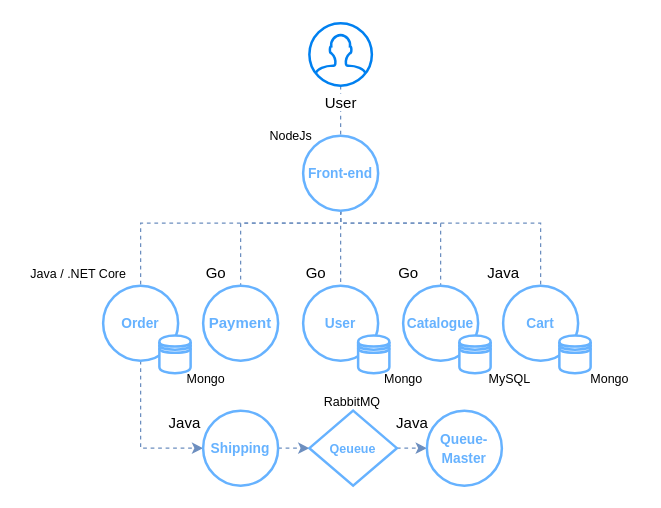
This is sock-shop.drawio from danielfct/master-thesis, a draw.io file, before an edit. Source tidied: cells renumbered, new cells numbered last; positions are measured from the earlier drawing's top-left corner, leaving out a move shared by most shapes. Both pictures are drawn from the tidied source at 125%, with x=0, y=0 at pixel (21, 22).
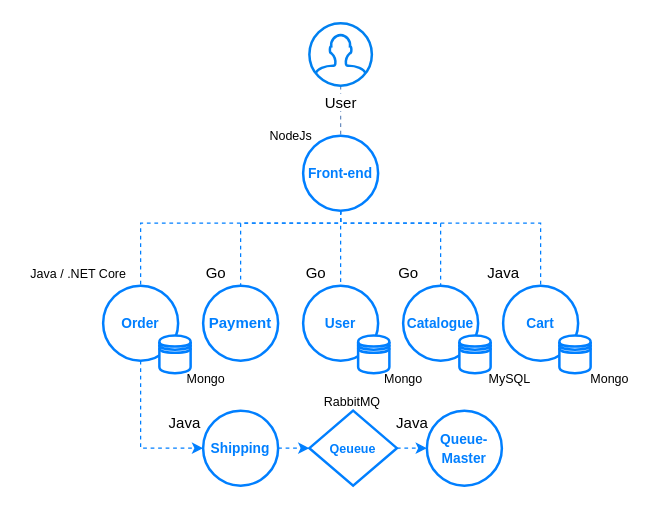
The same page after the edit.

The edit, as a diff of the source:
```diff
@@
-    <mxCell id="4" style="edgeStyle=orthogonalEdgeStyle;rounded=0;jettySize=auto;html=1;entryX=0.5;entryY=0;entryDx=0;entryDy=0;dashed=1;endArrow=none;endFill=0;fillColor=#dae8fc;strokeColor=#6c8ebf;" parent="1" edge="1" source="9" target="12">
+    <mxCell id="4" style="edgeStyle=orthogonalEdgeStyle;rounded=0;jettySize=auto;html=1;entryX=0.5;entryY=0;entryDx=0;entryDy=0;dashed=1;endArrow=none;endFill=0;fillColor=#dae8fc;strokeColor=#007FFF;" parent="1" edge="1" source="9" target="12">
       <mxGeometry relative="1" as="geometry">
         <Array as="points">
           <mxPoint x="255" y="160" />
           <mxPoint x="95" y="160" />
         </Array>
       </mxGeometry>
     </mxCell>
-    <mxCell id="5" style="edgeStyle=orthogonalEdgeStyle;rounded=0;jettySize=auto;html=1;entryX=0.5;entryY=0;entryDx=0;entryDy=0;dashed=1;endArrow=none;endFill=0;fillColor=#dae8fc;strokeColor=#6c8ebf;" parent="1" edge="1" source="9" target="15">
+    <mxCell id="5" style="edgeStyle=orthogonalEdgeStyle;rounded=0;jettySize=auto;html=1;entryX=0.5;entryY=0;entryDx=0;entryDy=0;dashed=1;endArrow=none;endFill=0;fillColor=#dae8fc;strokeColor=#007FFF;" parent="1" edge="1" source="9" target="15">
       <mxGeometry relative="1" as="geometry">
         <Array as="points">
           <mxPoint x="255" y="160" />
           <mxPoint x="175" y="160" />
         </Array>
       </mxGeometry>
     </mxCell>
-    <mxCell id="6" style="edgeStyle=orthogonalEdgeStyle;rounded=0;jettySize=auto;html=1;dashed=1;endArrow=none;endFill=0;fillColor=#dae8fc;strokeColor=#6c8ebf;" parent="1" edge="1" source="9" target="14">
+    <mxCell id="6" style="edgeStyle=orthogonalEdgeStyle;rounded=0;jettySize=auto;html=1;dashed=1;endArrow=none;endFill=0;fillColor=#dae8fc;strokeColor=#007FFF;" parent="1" edge="1" source="9" target="14">
       <mxGeometry relative="1" as="geometry" />
     </mxCell>
-    <mxCell id="7" style="edgeStyle=orthogonalEdgeStyle;rounded=0;jettySize=auto;html=1;dashed=1;endArrow=none;endFill=0;fillColor=#dae8fc;strokeColor=#6c8ebf;" parent="1" edge="1" source="9" target="13">
+    <mxCell id="7" style="edgeStyle=orthogonalEdgeStyle;rounded=0;jettySize=auto;html=1;dashed=1;endArrow=none;endFill=0;fillColor=#dae8fc;strokeColor=#007FFF;" parent="1" edge="1" source="9" target="13">
       <mxGeometry relative="1" as="geometry">
         <Array as="points">
           <mxPoint x="255" y="160" />
           <mxPoint x="335" y="160" />
         </Array>
       </mxGeometry>
     </mxCell>
-    <mxCell id="8" style="edgeStyle=elbowEdgeStyle;rounded=0;jettySize=auto;html=1;entryX=0.5;entryY=0;entryDx=0;entryDy=0;dashed=1;endArrow=none;endFill=0;elbow=vertical;fillColor=#dae8fc;strokeColor=#6c8ebf;" parent="1" edge="1" source="9" target="16">
+    <mxCell id="8" style="edgeStyle=elbowEdgeStyle;rounded=0;jettySize=auto;html=1;entryX=0.5;entryY=0;entryDx=0;entryDy=0;dashed=1;endArrow=none;endFill=0;elbow=vertical;fillColor=#dae8fc;strokeColor=#007FFF;" parent="1" edge="1" source="9" target="16">
       <mxGeometry relative="1" as="geometry">
         <Array as="points">
           <mxPoint x="360" y="160" />
         </Array>
       </mxGeometry>
     </mxCell>
-    <mxCell id="9" value="&lt;font color=&quot;#66b2ff&quot; size=&quot;1&quot;&gt;&lt;b style=&quot;font-size: 11px&quot;&gt;Front-end&lt;/b&gt;&lt;/font&gt;" style="ellipse;whiteSpace=wrap;html=1;strokeColor=#66B2FF;strokeWidth=2;" parent="1" vertex="1">
+    <mxCell id="9" value="&lt;font size=&quot;1&quot; color=&quot;#007fff&quot;&gt;&lt;b style=&quot;font-size: 11px&quot;&gt;Front-end&lt;/b&gt;&lt;/font&gt;" style="ellipse;whiteSpace=wrap;html=1;strokeWidth=2;strokeColor=#007FFF;" parent="1" vertex="1">
       <mxGeometry x="225" y="90" width="60" height="60" as="geometry" />
     </mxCell>
@@
-    <mxCell id="11" style="edgeStyle=elbowEdgeStyle;rounded=0;jettySize=auto;elbow=vertical;html=1;dashed=1;endArrow=classic;endFill=1;fontSize=10;fillColor=#dae8fc;strokeColor=#6c8ebf;" parent="1" edge="1" source="12" target="31">
+    <mxCell id="11" style="edgeStyle=elbowEdgeStyle;rounded=0;jettySize=auto;elbow=vertical;html=1;dashed=1;endArrow=classic;endFill=1;fontSize=10;fillColor=#dae8fc;strokeColor=#007FFF;" parent="1" edge="1" source="12" target="31">
       <mxGeometry relative="1" as="geometry">
         <Array as="points">
           <mxPoint x="95" y="340" />
         </Array>
       </mxGeometry>
     </mxCell>
-    <mxCell id="12" value="&lt;font style=&quot;font-size: 11px&quot; color=&quot;#66b2ff&quot;&gt;&lt;b&gt;Order&lt;/b&gt;&lt;/font&gt;" style="ellipse;whiteSpace=wrap;html=1;strokeColor=#66B2FF;strokeWidth=2;" parent="1" vertex="1">
+    <mxCell id="12" value="&lt;font style=&quot;font-size: 11px&quot; color=&quot;#007fff&quot;&gt;&lt;b&gt;Order&lt;/b&gt;&lt;/font&gt;" style="ellipse;whiteSpace=wrap;html=1;strokeWidth=2;strokeColor=#007FFF;" parent="1" vertex="1">
       <mxGeometry x="65" y="210" width="60" height="60" as="geometry" />
     </mxCell>
-    <mxCell id="13" value="&lt;font style=&quot;font-size: 11px&quot; color=&quot;#66b2ff&quot;&gt;&lt;b&gt;Catalogue&lt;/b&gt;&lt;/font&gt;" style="ellipse;whiteSpace=wrap;html=1;strokeColor=#66B2FF;strokeWidth=2;" parent="1" vertex="1">
+    <mxCell id="13" value="&lt;font style=&quot;font-size: 11px&quot; color=&quot;#007fff&quot;&gt;&lt;b&gt;Catalogue&lt;/b&gt;&lt;/font&gt;" style="ellipse;whiteSpace=wrap;html=1;strokeWidth=2;strokeColor=#007FFF;" parent="1" vertex="1">
       <mxGeometry x="305" y="210" width="60" height="60" as="geometry" />
     </mxCell>
-    <mxCell id="14" value="&lt;b&gt;&lt;font color=&quot;#66b2ff&quot; style=&quot;font-size: 11px&quot;&gt;User&lt;/font&gt;&lt;/b&gt;" style="ellipse;whiteSpace=wrap;html=1;strokeColor=#66B2FF;strokeWidth=2;" parent="1" vertex="1">
+    <mxCell id="14" value="&lt;b&gt;&lt;font style=&quot;font-size: 11px&quot; color=&quot;#007fff&quot;&gt;User&lt;/font&gt;&lt;/b&gt;" style="ellipse;whiteSpace=wrap;html=1;strokeWidth=2;strokeColor=#007FFF;" parent="1" vertex="1">
       <mxGeometry x="225" y="210" width="60" height="60" as="geometry" />
     </mxCell>
-    <mxCell id="15" value="&lt;b&gt;&lt;font color=&quot;#66b2ff&quot;&gt;Payment&lt;/font&gt;&lt;/b&gt;" style="ellipse;whiteSpace=wrap;html=1;strokeColor=#66B2FF;strokeWidth=2;" parent="1" vertex="1">
+    <mxCell id="15" value="&lt;b&gt;&lt;font color=&quot;#007fff&quot;&gt;Payment&lt;/font&gt;&lt;/b&gt;" style="ellipse;whiteSpace=wrap;html=1;strokeWidth=2;strokeColor=#007FFF;" parent="1" vertex="1">
       <mxGeometry x="145" y="210" width="60" height="60" as="geometry" />
     </mxCell>
-    <mxCell id="16" value="&lt;font style=&quot;font-size: 11px&quot; color=&quot;#66b2ff&quot;&gt;&lt;b&gt;Cart&lt;/b&gt;&lt;/font&gt;" style="ellipse;whiteSpace=wrap;html=1;strokeColor=#66B2FF;strokeWidth=2;" parent="1" vertex="1">
+    <mxCell id="16" value="&lt;font style=&quot;font-size: 11px&quot; color=&quot;#007fff&quot;&gt;&lt;b&gt;Cart&lt;/b&gt;&lt;/font&gt;" style="ellipse;whiteSpace=wrap;html=1;strokeWidth=2;strokeColor=#007FFF;" parent="1" vertex="1">
       <mxGeometry x="385" y="210" width="60" height="60" as="geometry" />
     </mxCell>
@@
-    <mxCell id="22" style="shape=datastore;whiteSpace=wrap;html=1;strokeColor=#66B2FF;strokeWidth=2;" parent="1" vertex="1">
+    <mxCell id="22" style="shape=datastore;whiteSpace=wrap;html=1;strokeWidth=2;strokeColor=#007FFF;" parent="1" vertex="1">
       <mxGeometry x="110" y="250" width="25" height="30" as="geometry" />
     </mxCell>
-    <mxCell id="23" style="shape=datastore;whiteSpace=wrap;html=1;strokeColor=#66B2FF;strokeWidth=2;" parent="1" vertex="1">
+    <mxCell id="23" style="shape=datastore;whiteSpace=wrap;html=1;strokeWidth=2;strokeColor=#007FFF;" parent="1" vertex="1">
       <mxGeometry x="269" y="250" width="25" height="30" as="geometry" />
     </mxCell>
-    <mxCell id="24" style="shape=datastore;whiteSpace=wrap;html=1;strokeColor=#66B2FF;strokeWidth=2;" parent="1" vertex="1">
+    <mxCell id="24" style="shape=datastore;whiteSpace=wrap;html=1;strokeWidth=2;strokeColor=#007FFF;" parent="1" vertex="1">
       <mxGeometry x="350" y="250" width="25" height="30" as="geometry" />
     </mxCell>
-    <mxCell id="25" style="shape=datastore;whiteSpace=wrap;html=1;strokeColor=#66B2FF;strokeWidth=2;" parent="1" vertex="1">
+    <mxCell id="25" style="shape=datastore;whiteSpace=wrap;html=1;strokeWidth=2;strokeColor=#007FFF;" parent="1" vertex="1">
       <mxGeometry x="430" y="250" width="25" height="30" as="geometry" />
     </mxCell>
@@
-    <mxCell id="30" style="edgeStyle=elbowEdgeStyle;rounded=0;jettySize=auto;elbow=vertical;html=1;dashed=1;endArrow=classic;endFill=1;fontSize=10;fillColor=#dae8fc;strokeColor=#6c8ebf;" parent="1" edge="1" source="31" target="34">
+    <mxCell id="30" style="edgeStyle=elbowEdgeStyle;rounded=0;jettySize=auto;elbow=vertical;html=1;dashed=1;endArrow=classic;endFill=1;fontSize=10;fillColor=#dae8fc;strokeColor=#007FFF;" parent="1" edge="1" source="31" target="34">
       <mxGeometry relative="1" as="geometry" />
     </mxCell>
-    <mxCell id="31" value="&lt;font color=&quot;#66b2ff&quot; size=&quot;1&quot;&gt;&lt;b style=&quot;font-size: 11px&quot;&gt;Shipping&lt;/b&gt;&lt;/font&gt;" style="ellipse;whiteSpace=wrap;html=1;strokeColor=#66B2FF;strokeWidth=2;" parent="1" vertex="1">
+    <mxCell id="31" value="&lt;font size=&quot;1&quot; color=&quot;#007fff&quot;&gt;&lt;b style=&quot;font-size: 11px&quot;&gt;Shipping&lt;/b&gt;&lt;/font&gt;" style="ellipse;whiteSpace=wrap;html=1;strokeWidth=2;strokeColor=#007FFF;" parent="1" vertex="1">
       <mxGeometry x="145" y="310" width="60" height="60" as="geometry" />
     </mxCell>
@@
-    <mxCell id="33" style="edgeStyle=elbowEdgeStyle;rounded=0;jettySize=auto;elbow=vertical;html=1;dashed=1;endArrow=classic;endFill=1;fontSize=10;fillColor=#dae8fc;strokeColor=#6c8ebf;" parent="1" edge="1" source="34" target="36">
+    <mxCell id="33" style="edgeStyle=elbowEdgeStyle;rounded=0;jettySize=auto;elbow=vertical;html=1;dashed=1;endArrow=classic;endFill=1;fontSize=10;fillColor=#dae8fc;strokeColor=#007FFF;" parent="1" edge="1" source="34" target="36">
       <mxGeometry relative="1" as="geometry" />
     </mxCell>
-    <mxCell id="34" value="&lt;b&gt;&lt;font color=&quot;#66b2ff&quot;&gt;Qeueue&lt;/font&gt;&lt;/b&gt;" style="rhombus;whiteSpace=wrap;html=1;strokeColor=#66B2FF;strokeWidth=2;fontSize=10;" parent="1" vertex="1">
+    <mxCell id="34" value="&lt;b&gt;&lt;font color=&quot;#007fff&quot;&gt;Qeueue&lt;/font&gt;&lt;/b&gt;" style="rhombus;whiteSpace=wrap;html=1;strokeWidth=2;fontSize=10;strokeColor=#007FFF;" parent="1" vertex="1">
       <mxGeometry x="230" y="310" width="70" height="60" as="geometry" />
     </mxCell>
@@
-    <mxCell id="36" value="&lt;font color=&quot;#66b2ff&quot; size=&quot;1&quot;&gt;&lt;b style=&quot;font-size: 11px&quot;&gt;Queue-Master&lt;/b&gt;&lt;/font&gt;" style="ellipse;whiteSpace=wrap;html=1;strokeColor=#66B2FF;strokeWidth=2;" parent="1" vertex="1">
+    <mxCell id="36" value="&lt;font size=&quot;1&quot; color=&quot;#007fff&quot;&gt;&lt;b style=&quot;font-size: 11px&quot;&gt;Queue-Master&lt;/b&gt;&lt;/font&gt;" style="ellipse;whiteSpace=wrap;html=1;strokeWidth=2;strokeColor=#007FFF;" parent="1" vertex="1">
       <mxGeometry x="324" y="310" width="60" height="60" as="geometry" />
     </mxCell>
```
